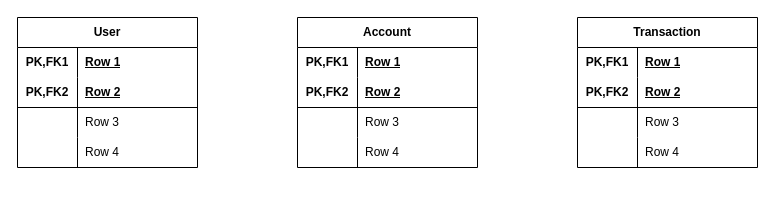
The draw.io diagram banksystem.drawio in ineric00/h26_algorithm, before the edit. Source tidied: cells renumbered, new cells numbered last; positions are measured from the earlier drawing's top-left corner, leaving out a move shared by most shapes. Both pictures are drawn from the tidied source at 100%, with x=0, y=0 at pixel (17, 17).
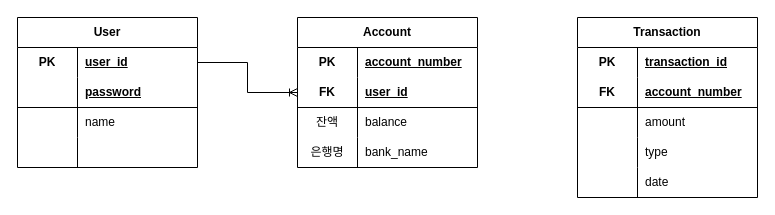
The same page after the edit.

The change refers to these unchanged cells:
```xml
<mxCell id="3" style="shape=tableRow;horizontal=0;startSize=0;swimlaneHead=0;swimlaneBody=0;fillColor=none;points=[[0,0.5],[1,0.5]];portConstraint=eastwest;top=0;left=0;right=0;bottom=0;html=1;" parent="2" vertex="1">
  <mxGeometry y="30" width="180" height="30" as="geometry" />
</mxCell>
<mxCell id="6" style="shape=tableRow;horizontal=0;startSize=0;swimlaneHead=0;swimlaneBody=0;fillColor=none;top=0;left=0;right=0;bottom=1;html=1;" parent="2" vertex="1">
  <mxGeometry y="60" width="180" height="30" as="geometry" />
</mxCell>
<mxCell id="9" style="shape=tableRow;horizontal=0;startSize=0;swimlaneHead=0;swimlaneBody=0;fillColor=none;top=0;left=0;right=0;bottom=0;html=1;" parent="2" vertex="1">
  <mxGeometry y="90" width="180" height="30" as="geometry" />
</mxCell>
<mxCell id="12" style="shape=tableRow;horizontal=0;startSize=0;swimlaneHead=0;swimlaneBody=0;fillColor=none;top=0;left=0;right=0;bottom=0;html=1;" parent="2" vertex="1">
  <mxGeometry y="120" width="180" height="30" as="geometry" />
</mxCell>
<mxCell id="16" style="shape=tableRow;horizontal=0;startSize=0;swimlaneHead=0;swimlaneBody=0;fillColor=none;top=0;left=0;right=0;bottom=0;html=1;" parent="15" vertex="1">
  <mxGeometry y="30" width="180" height="30" as="geometry" />
</mxCell>
<mxCell id="19" style="shape=tableRow;horizontal=0;startSize=0;swimlaneHead=0;swimlaneBody=0;fillColor=none;top=0;left=0;right=0;bottom=1;html=1;" parent="15" vertex="1">
  <mxGeometry y="60" width="180" height="30" as="geometry" />
</mxCell>
<mxCell id="22" style="shape=tableRow;horizontal=0;startSize=0;swimlaneHead=0;swimlaneBody=0;fillColor=none;top=0;left=0;right=0;bottom=0;html=1;" parent="15" vertex="1">
  <mxGeometry y="90" width="180" height="30" as="geometry" />
</mxCell>
<mxCell id="25" style="shape=tableRow;horizontal=0;startSize=0;swimlaneHead=0;swimlaneBody=0;fillColor=none;top=0;left=0;right=0;bottom=0;html=1;" parent="15" vertex="1">
  <mxGeometry y="120" width="180" height="30" as="geometry" />
</mxCell>
<mxCell id="29" style="shape=tableRow;horizontal=0;startSize=0;swimlaneHead=0;swimlaneBody=0;fillColor=none;top=0;left=0;right=0;bottom=0;html=1;" parent="28" vertex="1">
  <mxGeometry y="30" width="180" height="30" as="geometry" />
</mxCell>
<mxCell id="32" style="shape=tableRow;horizontal=0;startSize=0;swimlaneHead=0;swimlaneBody=0;fillColor=none;points=[[0,0.5],[1,0.5]];portConstraint=eastwest;top=0;left=0;right=0;bottom=1;html=1;" parent="28" vertex="1">
  <mxGeometry y="60" width="180" height="30" as="geometry" />
</mxCell>
<mxCell id="35" style="shape=tableRow;horizontal=0;startSize=0;swimlaneHead=0;swimlaneBody=0;fillColor=none;top=0;left=0;right=0;bottom=0;html=1;" parent="28" vertex="1">
  <mxGeometry y="90" width="180" height="30" as="geometry" />
</mxCell>
<mxCell id="38" style="shape=tableRow;horizontal=0;startSize=0;swimlaneHead=0;swimlaneBody=0;fillColor=none;top=0;left=0;right=0;bottom=0;html=1;" parent="28" vertex="1">
  <mxGeometry y="120" width="180" height="30" as="geometry" />
</mxCell>
```

What changed in the source:
```diff
@@
-    <mxCell id="4" value="PK,FK1" style="shape=partialRectangle;fillColor=none;top=0;left=0;bottom=0;right=0;fontStyle=1;overflow=hidden;html=1;whiteSpace=wrap;" parent="3" vertex="1">
+    <mxCell id="4" value="PK" style="shape=partialRectangle;fillColor=none;top=0;left=0;bottom=0;right=0;fontStyle=1;overflow=hidden;html=1;whiteSpace=wrap;" parent="3" vertex="1">
       <mxGeometry width="60" height="30" as="geometry" />
     </mxCell>
-    <mxCell id="5" value="Row 1" style="shape=partialRectangle;fillColor=none;top=0;left=0;bottom=0;right=0;align=left;spacingLeft=6;fontStyle=5;overflow=hidden;html=1;whiteSpace=wrap;" parent="3" vertex="1">
+    <mxCell id="5" value="user_id" style="shape=partialRectangle;fillColor=none;top=0;left=0;bottom=0;right=0;align=left;spacingLeft=6;fontStyle=5;overflow=hidden;html=1;whiteSpace=wrap;" parent="3" vertex="1">
       <mxGeometry x="60" width="120" height="30" as="geometry" />
     </mxCell>
@@
-    <mxCell id="7" value="PK,FK2" style="shape=partialRectangle;fillColor=none;top=0;left=0;bottom=0;right=0;fontStyle=1;overflow=hidden;html=1;whiteSpace=wrap;" parent="6" vertex="1">
+    <mxCell id="7" style="shape=partialRectangle;fillColor=none;top=0;left=0;bottom=0;right=0;fontStyle=1;overflow=hidden;html=1;whiteSpace=wrap;" parent="6" vertex="1">
       <mxGeometry width="60" height="30" as="geometry" />
     </mxCell>
-    <mxCell id="8" value="Row 2" style="shape=partialRectangle;fillColor=none;top=0;left=0;bottom=0;right=0;align=left;spacingLeft=6;fontStyle=5;overflow=hidden;html=1;whiteSpace=wrap;" parent="6" vertex="1">
+    <mxCell id="8" value="password" style="shape=partialRectangle;fillColor=none;top=0;left=0;bottom=0;right=0;align=left;spacingLeft=6;fontStyle=5;overflow=hidden;html=1;whiteSpace=wrap;" parent="6" vertex="1">
       <mxGeometry x="60" width="120" height="30" as="geometry" />
     </mxCell>
@@
-    <mxCell id="11" value="Row 3" style="shape=partialRectangle;fillColor=none;top=0;left=0;bottom=0;right=0;align=left;spacingLeft=6;overflow=hidden;html=1;whiteSpace=wrap;" parent="9" vertex="1">
+    <mxCell id="11" value="name" style="shape=partialRectangle;fillColor=none;top=0;left=0;bottom=0;right=0;align=left;spacingLeft=6;overflow=hidden;html=1;whiteSpace=wrap;" parent="9" vertex="1">
       <mxGeometry x="60" width="120" height="30" as="geometry" />
     </mxCell>
@@
-    <mxCell id="14" value="Row 4" style="shape=partialRectangle;fillColor=none;top=0;left=0;bottom=0;right=0;align=left;spacingLeft=6;overflow=hidden;html=1;whiteSpace=wrap;" parent="12" vertex="1">
+    <mxCell id="14" style="shape=partialRectangle;fillColor=none;top=0;left=0;bottom=0;right=0;align=left;spacingLeft=6;overflow=hidden;html=1;whiteSpace=wrap;" parent="12" vertex="1">
       <mxGeometry x="60" width="120" height="30" as="geometry" />
     </mxCell>
     <mxCell id="15" value="Transaction" style="shape=table;startSize=30;childLayout=tableLayout;rowLines=0;fontStyle=1;align=center;html=1;whiteSpace=wrap;" parent="1" vertex="1">
-      <mxGeometry x="560" width="180" height="150" as="geometry" />
+      <mxGeometry x="560" width="180" height="180" as="geometry" />
     </mxCell>
@@
-    <mxCell id="17" value="PK,FK1" style="shape=partialRectangle;fillColor=none;top=0;left=0;bottom=0;right=0;fontStyle=1;overflow=hidden;html=1;whiteSpace=wrap;" parent="16" vertex="1">
+    <mxCell id="17" value="PK" style="shape=partialRectangle;fillColor=none;top=0;left=0;bottom=0;right=0;fontStyle=1;overflow=hidden;html=1;whiteSpace=wrap;" parent="16" vertex="1">
       <mxGeometry width="60" height="30" as="geometry" />
     </mxCell>
-    <mxCell id="18" value="Row 1" style="shape=partialRectangle;fillColor=none;top=0;left=0;bottom=0;right=0;align=left;spacingLeft=6;fontStyle=5;overflow=hidden;html=1;whiteSpace=wrap;" parent="16" vertex="1">
+    <mxCell id="18" value="transaction_id" style="shape=partialRectangle;fillColor=none;top=0;left=0;bottom=0;right=0;align=left;spacingLeft=6;fontStyle=5;overflow=hidden;html=1;whiteSpace=wrap;" parent="16" vertex="1">
       <mxGeometry x="60" width="120" height="30" as="geometry" />
     </mxCell>
@@
-    <mxCell id="20" value="PK,FK2" style="shape=partialRectangle;fillColor=none;top=0;left=0;bottom=0;right=0;fontStyle=1;overflow=hidden;html=1;whiteSpace=wrap;" parent="19" vertex="1">
+    <mxCell id="20" value="FK" style="shape=partialRectangle;fillColor=none;top=0;left=0;bottom=0;right=0;fontStyle=1;overflow=hidden;html=1;whiteSpace=wrap;" parent="19" vertex="1">
       <mxGeometry width="60" height="30" as="geometry" />
     </mxCell>
-    <mxCell id="21" value="Row 2" style="shape=partialRectangle;fillColor=none;top=0;left=0;bottom=0;right=0;align=left;spacingLeft=6;fontStyle=5;overflow=hidden;html=1;whiteSpace=wrap;" parent="19" vertex="1">
+    <mxCell id="21" value="account_number" style="shape=partialRectangle;fillColor=none;top=0;left=0;bottom=0;right=0;align=left;spacingLeft=6;fontStyle=5;overflow=hidden;html=1;whiteSpace=wrap;" parent="19" vertex="1">
       <mxGeometry x="60" width="120" height="30" as="geometry" />
     </mxCell>
@@
-    <mxCell id="24" value="Row 3" style="shape=partialRectangle;fillColor=none;top=0;left=0;bottom=0;right=0;align=left;spacingLeft=6;overflow=hidden;html=1;whiteSpace=wrap;" parent="22" vertex="1">
+    <mxCell id="24" value="amount" style="shape=partialRectangle;fillColor=none;top=0;left=0;bottom=0;right=0;align=left;spacingLeft=6;overflow=hidden;html=1;whiteSpace=wrap;" parent="22" vertex="1">
       <mxGeometry x="60" width="120" height="30" as="geometry" />
     </mxCell>
@@
-    <mxCell id="27" value="Row 4" style="shape=partialRectangle;fillColor=none;top=0;left=0;bottom=0;right=0;align=left;spacingLeft=6;overflow=hidden;html=1;whiteSpace=wrap;" parent="25" vertex="1">
+    <mxCell id="27" value="type" style="shape=partialRectangle;fillColor=none;top=0;left=0;bottom=0;right=0;align=left;spacingLeft=6;overflow=hidden;html=1;whiteSpace=wrap;" parent="25" vertex="1">
       <mxGeometry x="60" width="120" height="30" as="geometry" />
     </mxCell>
+    <mxCell id="41" style="shape=tableRow;horizontal=0;startSize=0;swimlaneHead=0;swimlaneBody=0;fillColor=none;top=0;left=0;right=0;bottom=0;html=1;" parent="15" vertex="1">
+      <mxGeometry y="150" width="180" height="30" as="geometry" />
+    </mxCell>
+    <mxCell id="42" style="shape=partialRectangle;fillColor=none;top=0;left=0;bottom=0;right=0;overflow=hidden;html=1;whiteSpace=wrap;" parent="41" vertex="1">
+      <mxGeometry width="60" height="30" as="geometry" />
+    </mxCell>
+    <mxCell id="43" value="date" style="shape=partialRectangle;fillColor=none;top=0;left=0;bottom=0;right=0;align=left;spacingLeft=6;overflow=hidden;html=1;whiteSpace=wrap;" parent="41" vertex="1">
+      <mxGeometry x="60" width="120" height="30" as="geometry" />
+    </mxCell>
@@
-    <mxCell id="30" value="PK,FK1" style="shape=partialRectangle;fillColor=none;top=0;left=0;bottom=0;right=0;fontStyle=1;overflow=hidden;html=1;whiteSpace=wrap;" parent="29" vertex="1">
+    <mxCell id="30" value="PK" style="shape=partialRectangle;fillColor=none;top=0;left=0;bottom=0;right=0;fontStyle=1;overflow=hidden;html=1;whiteSpace=wrap;" parent="29" vertex="1">
       <mxGeometry width="60" height="30" as="geometry" />
     </mxCell>
-    <mxCell id="31" value="Row 1" style="shape=partialRectangle;fillColor=none;top=0;left=0;bottom=0;right=0;align=left;spacingLeft=6;fontStyle=5;overflow=hidden;html=1;whiteSpace=wrap;" parent="29" vertex="1">
+    <mxCell id="31" value="account_number" style="shape=partialRectangle;fillColor=none;top=0;left=0;bottom=0;right=0;align=left;spacingLeft=6;fontStyle=5;overflow=hidden;html=1;whiteSpace=wrap;" parent="29" vertex="1">
       <mxGeometry x="60" width="120" height="30" as="geometry" />
     </mxCell>
@@
-    <mxCell id="33" value="PK,FK2" style="shape=partialRectangle;fillColor=none;top=0;left=0;bottom=0;right=0;fontStyle=1;overflow=hidden;html=1;whiteSpace=wrap;" parent="32" vertex="1">
+    <mxCell id="33" value="FK" style="shape=partialRectangle;fillColor=none;top=0;left=0;bottom=0;right=0;fontStyle=1;overflow=hidden;html=1;whiteSpace=wrap;" parent="32" vertex="1">
       <mxGeometry width="60" height="30" as="geometry" />
     </mxCell>
-    <mxCell id="34" value="Row 2" style="shape=partialRectangle;fillColor=none;top=0;left=0;bottom=0;right=0;align=left;spacingLeft=6;fontStyle=5;overflow=hidden;html=1;whiteSpace=wrap;" parent="32" vertex="1">
+    <mxCell id="34" value="user_id" style="shape=partialRectangle;fillColor=none;top=0;left=0;bottom=0;right=0;align=left;spacingLeft=6;fontStyle=5;overflow=hidden;html=1;whiteSpace=wrap;" parent="32" vertex="1">
       <mxGeometry x="60" width="120" height="30" as="geometry" />
     </mxCell>
@@
-    <mxCell id="36" style="shape=partialRectangle;fillColor=none;top=0;left=0;bottom=0;right=0;overflow=hidden;html=1;whiteSpace=wrap;" parent="35" vertex="1">
+    <mxCell id="36" value="잔액" style="shape=partialRectangle;fillColor=none;top=0;left=0;bottom=0;right=0;overflow=hidden;html=1;whiteSpace=wrap;" parent="35" vertex="1">
       <mxGeometry width="60" height="30" as="geometry" />
     </mxCell>
-    <mxCell id="37" value="Row 3" style="shape=partialRectangle;fillColor=none;top=0;left=0;bottom=0;right=0;align=left;spacingLeft=6;overflow=hidden;html=1;whiteSpace=wrap;" parent="35" vertex="1">
+    <mxCell id="37" value="balance" style="shape=partialRectangle;fillColor=none;top=0;left=0;bottom=0;right=0;align=left;spacingLeft=6;overflow=hidden;html=1;whiteSpace=wrap;" parent="35" vertex="1">
       <mxGeometry x="60" width="120" height="30" as="geometry" />
     </mxCell>
@@
-    <mxCell id="39" style="shape=partialRectangle;fillColor=none;top=0;left=0;bottom=0;right=0;overflow=hidden;html=1;whiteSpace=wrap;" parent="38" vertex="1">
+    <mxCell id="39" value="은행명" style="shape=partialRectangle;fillColor=none;top=0;left=0;bottom=0;right=0;overflow=hidden;html=1;whiteSpace=wrap;" parent="38" vertex="1">
       <mxGeometry width="60" height="30" as="geometry" />
     </mxCell>
-    <mxCell id="40" value="Row 4" style="shape=partialRectangle;fillColor=none;top=0;left=0;bottom=0;right=0;align=left;spacingLeft=6;overflow=hidden;html=1;whiteSpace=wrap;" parent="38" vertex="1">
+    <mxCell id="40" value="bank_name" style="shape=partialRectangle;fillColor=none;top=0;left=0;bottom=0;right=0;align=left;spacingLeft=6;overflow=hidden;html=1;whiteSpace=wrap;" parent="38" vertex="1">
       <mxGeometry x="60" width="120" height="30" as="geometry" />
     </mxCell>
+    <mxCell id="44" style="edgeStyle=orthogonalEdgeStyle;rounded=0;jettySize=auto;html=1;exitX=1;exitY=0.5;exitDx=0;exitDy=0;entryX=0;entryY=0.5;entryDx=0;entryDy=0;curved=0;startArrow=none;startFill=0;endArrow=ERoneToMany;endFill=0;" parent="1" edge="1" source="3" target="32">
+      <mxGeometry relative="1" as="geometry" />
+    </mxCell>
```
